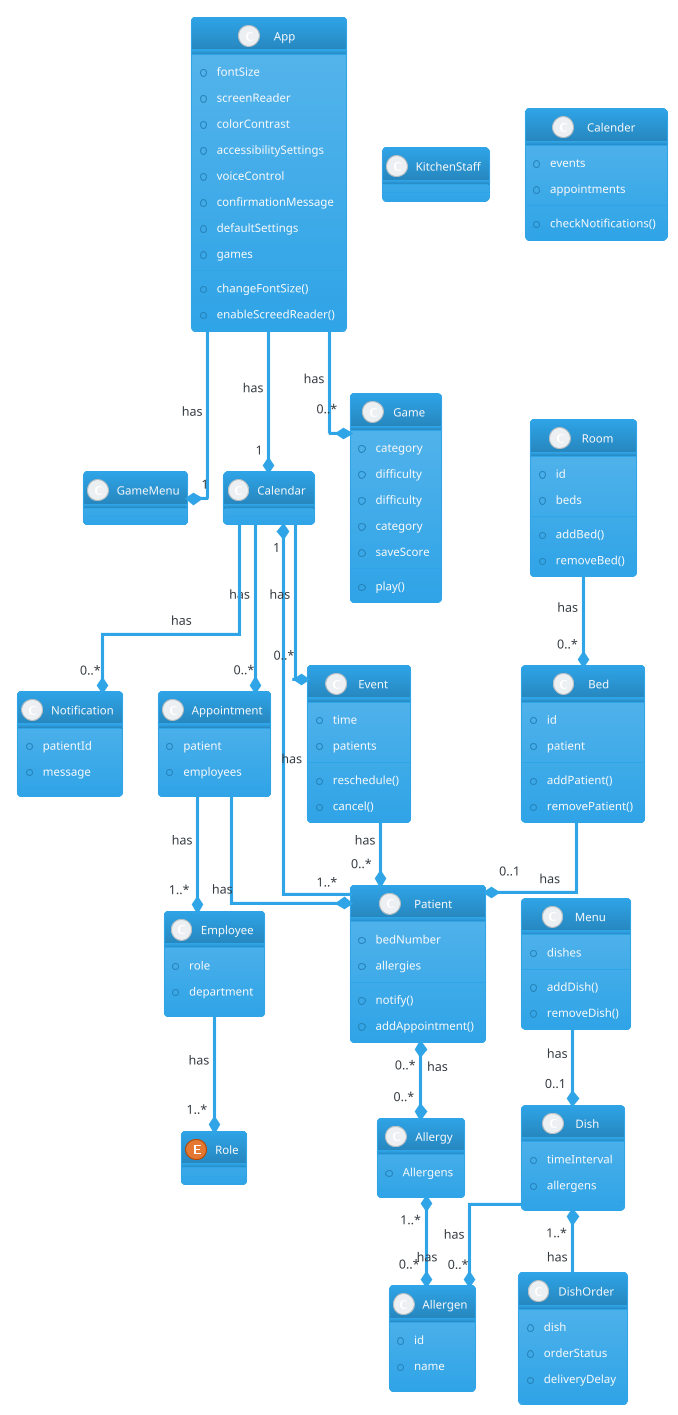
Before: puml/class-diagram.png, a diagram exported from PlantUML (Oskar123456/SYSDAT-F25-TEAM-G).
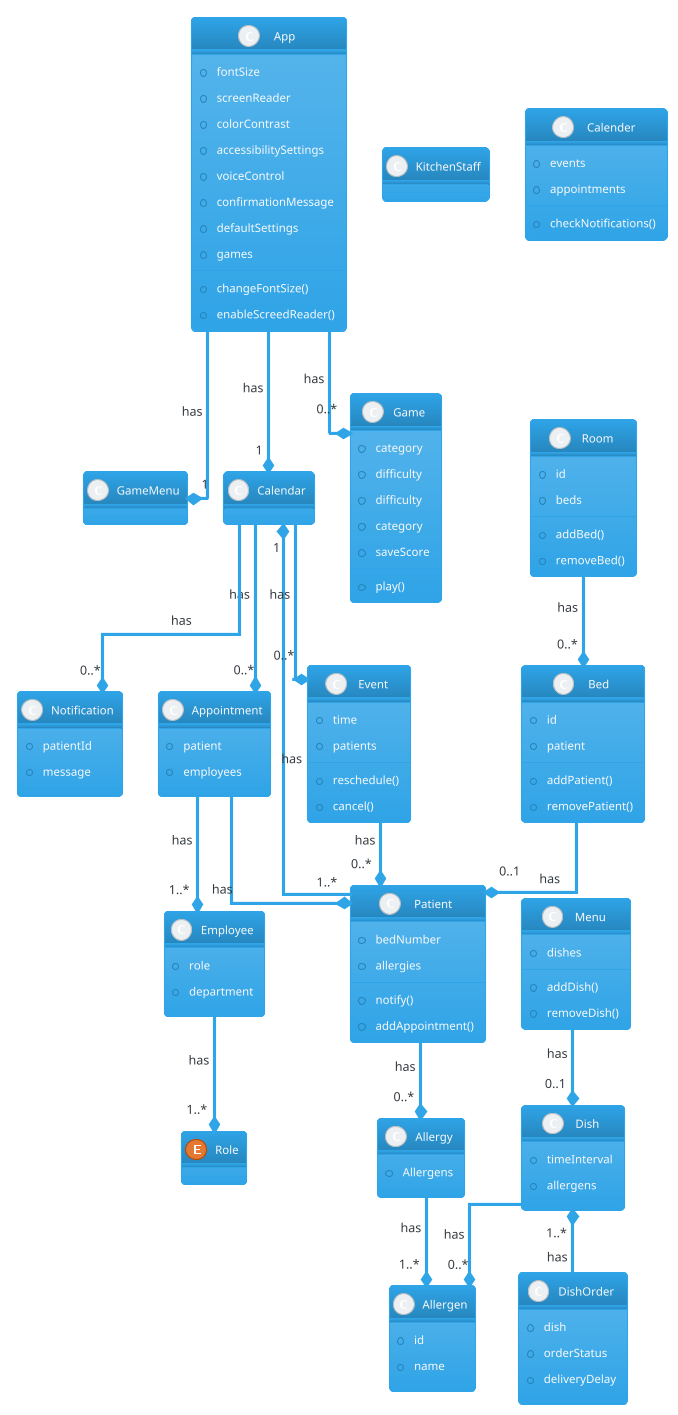
After the change.

Commit message:
update class diagram relations

Diff of the diagram source:
```diff
@@ -115,8 +115,8 @@
 App --* "0..*" Game : has
 App --* "1" Calendar : has
 Patient --* "1" Calendar : has
-Patient "0..*" *--* "0..*" Allergy : has
-Allergy "1..*" *--* "0..*" Allergen : has
+Patient --* "0..*" Allergy : has
+Allergy --* "1..*" Allergen : has
 Dish "1..*" *-- DishOrder : has
 Dish --* "0..*" Allergen : has
 Calendar --* "0..*" Appointment : has
```
